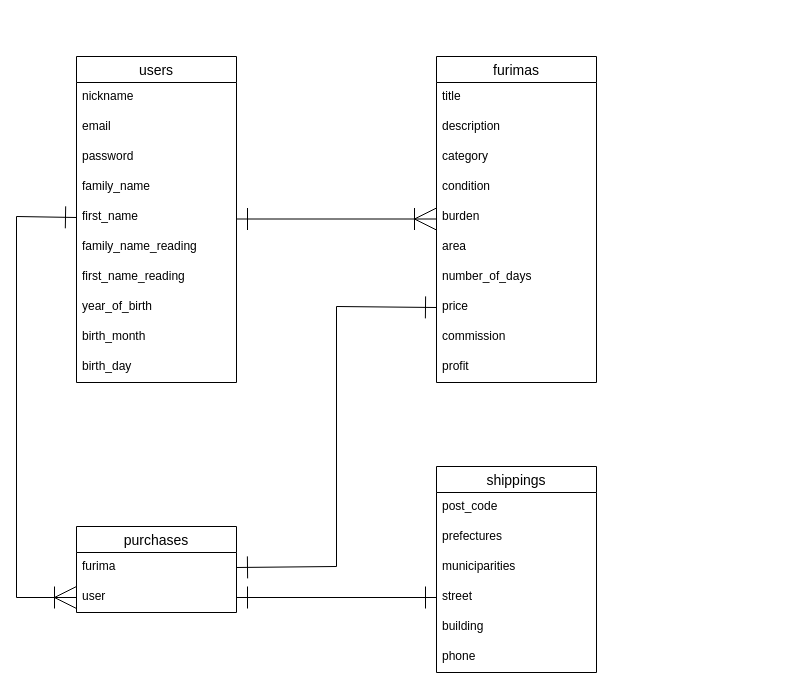
ytsurumis/furima-40210 keeps this draw.io diagram as furima.dio. Above is the earlier version. Source tidied: cells renumbered, new cells numbered last; positions are measured from the earlier drawing's top-left corner, leaving out a move shared by most shapes. Both pictures are drawn from the tidied source at 100%, with x=0, y=0 at pixel (16, 56).
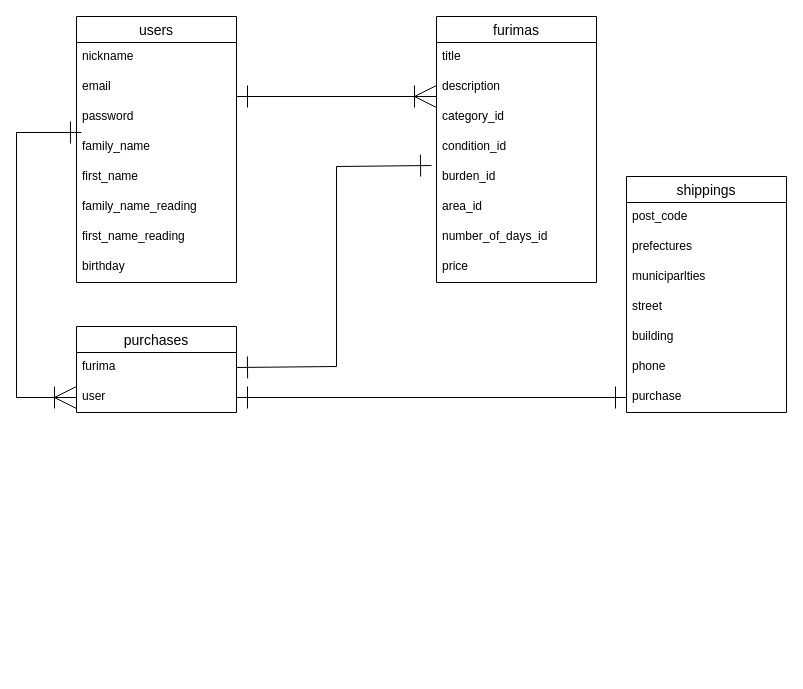
The same diagram, later.

Commit message (it also covers changes not shown here):
READMEファイルの修正

The change refers to these unchanged cells:
```xml
<mxCell id="6" value="family_name" style="text;strokeColor=none;fillColor=none;spacingLeft=4;spacingRight=4;overflow=hidden;points=[[0,0.5],[1,0.5]];portConstraint=eastwest;fontSize=12;" parent="2" vertex="1">
  <mxGeometry y="116" width="160" height="30" as="geometry" />
</mxCell>
<mxCell id="7" value="first_name" style="text;strokeColor=none;fillColor=none;spacingLeft=4;spacingRight=4;overflow=hidden;points=[[0,0.5],[1,0.5]];portConstraint=eastwest;fontSize=12;" parent="2" vertex="1">
  <mxGeometry y="146" width="160" height="30" as="geometry" />
</mxCell>
<mxCell id="21" value="price" style="text;strokeColor=none;fillColor=none;spacingLeft=4;spacingRight=4;overflow=hidden;points=[[0,0.5],[1,0.5]];portConstraint=eastwest;fontSize=12;" parent="13" vertex="1">
  <mxGeometry y="236" width="160" height="30" as="geometry" />
</mxCell>
<mxCell id="25" value="furima" style="text;strokeColor=none;fillColor=none;spacingLeft=4;spacingRight=4;overflow=hidden;points=[[0,0.5],[1,0.5]];portConstraint=eastwest;fontSize=12;" parent="24" vertex="1">
  <mxGeometry y="26" width="160" height="30" as="geometry" />
</mxCell>
<mxCell id="26" value="user" style="text;strokeColor=none;fillColor=none;spacingLeft=4;spacingRight=4;overflow=hidden;points=[[0,0.5],[1,0.5]];portConstraint=eastwest;fontSize=12;" parent="24" vertex="1">
  <mxGeometry y="56" width="160" height="30" as="geometry" />
</mxCell>
<mxCell id="31" value="street" style="text;strokeColor=none;fillColor=none;spacingLeft=4;spacingRight=4;overflow=hidden;points=[[0,0.5],[1,0.5]];portConstraint=eastwest;fontSize=12;" parent="27" vertex="1">
  <mxGeometry y="116" width="160" height="30" as="geometry" />
</mxCell>
```

What changed in the source:
```diff
@@
     <mxCell id="2" value="users" style="swimlane;fontStyle=0;horizontal=1;startSize=26;align=center;fontSize=14;" parent="1" vertex="1">
-      <mxGeometry x="60" width="160" height="326" as="geometry" />
+      <mxGeometry x="60" y="-40" width="160" height="266" as="geometry" />
     </mxCell>
@@
-    <mxCell id="10" value="year_of_birth" style="text;strokeColor=none;fillColor=none;spacingLeft=4;spacingRight=4;overflow=hidden;fontSize=12;" parent="2" vertex="1">
+    <mxCell id="10" value="birthday" style="text;strokeColor=none;fillColor=none;spacingLeft=4;spacingRight=4;overflow=hidden;fontSize=12;" parent="2" vertex="1">
       <mxGeometry y="236" width="160" height="30" as="geometry" />
     </mxCell>
-    <mxCell id="11" value="birth_month" style="text;strokeColor=none;fillColor=none;spacingLeft=4;spacingRight=4;overflow=hidden;fontSize=12;" parent="2" vertex="1">
-      <mxGeometry y="266" width="160" height="30" as="geometry" />
-    </mxCell>
-    <mxCell id="12" value="birth_day" style="text;strokeColor=none;fillColor=none;spacingLeft=4;spacingRight=4;overflow=hidden;fontSize=12;" parent="2" vertex="1">
-      <mxGeometry y="296" width="160" height="30" as="geometry" />
-    </mxCell>
     <mxCell id="13" value="furimas" style="swimlane;fontStyle=0;horizontal=1;startSize=26;align=center;fontSize=14;" parent="1" vertex="1">
-      <mxGeometry x="420" width="160" height="326" as="geometry" />
+      <mxGeometry x="420" y="-40" width="160" height="266" as="geometry" />
     </mxCell>
@@
-    <mxCell id="16" value="category" style="text;strokeColor=none;fillColor=none;spacingLeft=4;spacingRight=4;overflow=hidden;fontSize=12;" parent="13" vertex="1">
+    <mxCell id="16" value="category_id" style="text;strokeColor=none;fillColor=none;spacingLeft=4;spacingRight=4;overflow=hidden;fontSize=12;" parent="13" vertex="1">
       <mxGeometry y="86" width="160" height="30" as="geometry" />
     </mxCell>
-    <mxCell id="17" value="condition" style="text;strokeColor=none;fillColor=none;spacingLeft=4;spacingRight=4;overflow=hidden;fontSize=12;" parent="13" vertex="1">
+    <mxCell id="17" value="condition_id" style="text;strokeColor=none;fillColor=none;spacingLeft=4;spacingRight=4;overflow=hidden;fontSize=12;" parent="13" vertex="1">
       <mxGeometry y="116" width="160" height="30" as="geometry" />
     </mxCell>
-    <mxCell id="18" value="burden" style="text;strokeColor=none;fillColor=none;spacingLeft=4;spacingRight=4;overflow=hidden;points=[[0,0.5],[1,0.5]];portConstraint=eastwest;fontSize=12;" parent="13" vertex="1">
+    <mxCell id="18" value="burden_id" style="text;strokeColor=none;fillColor=none;spacingLeft=4;spacingRight=4;overflow=hidden;points=[[0,0.5],[1,0.5]];portConstraint=eastwest;fontSize=12;" parent="13" vertex="1">
       <mxGeometry y="146" width="160" height="30" as="geometry" />
     </mxCell>
-    <mxCell id="19" value="area" style="text;strokeColor=none;fillColor=none;spacingLeft=4;spacingRight=4;overflow=hidden;fontSize=12;" parent="13" vertex="1">
+    <mxCell id="19" value="area_id" style="text;strokeColor=none;fillColor=none;spacingLeft=4;spacingRight=4;overflow=hidden;fontSize=12;" parent="13" vertex="1">
       <mxGeometry y="176" width="160" height="30" as="geometry" />
     </mxCell>
-    <mxCell id="20" value="number_of_days" style="text;strokeColor=none;fillColor=none;spacingLeft=4;spacingRight=4;overflow=hidden;fontSize=12;" parent="13" vertex="1">
+    <mxCell id="20" value="number_of_days_id" style="text;strokeColor=none;fillColor=none;spacingLeft=4;spacingRight=4;overflow=hidden;fontSize=12;" parent="13" vertex="1">
       <mxGeometry y="206" width="160" height="30" as="geometry" />
     </mxCell>
@@
-    <mxCell id="22" value="commission" style="text;strokeColor=none;fillColor=none;spacingLeft=4;spacingRight=4;overflow=hidden;fontSize=12;" parent="13" vertex="1">
-      <mxGeometry y="266" width="160" height="30" as="geometry" />
-    </mxCell>
-    <mxCell id="23" value="profit" style="text;strokeColor=none;fillColor=none;spacingLeft=4;spacingRight=4;overflow=hidden;fontSize=12;" parent="13" vertex="1">
-      <mxGeometry y="296" width="160" height="30" as="geometry" />
-    </mxCell>
     <mxCell id="24" value="purchases" style="swimlane;fontStyle=0;horizontal=1;startSize=26;align=center;fontSize=14;" parent="1" vertex="1">
-      <mxGeometry x="60" y="470" width="160" height="86" as="geometry" />
+      <mxGeometry x="60" y="270" width="160" height="86" as="geometry" />
     </mxCell>
@@
     <mxCell id="27" value="shippings" style="swimlane;fontStyle=0;horizontal=1;startSize=26;align=center;fontSize=14;" parent="1" vertex="1">
-      <mxGeometry x="420" y="410" width="160" height="206" as="geometry" />
+      <mxGeometry x="610" y="120" width="160" height="236" as="geometry" />
     </mxCell>
@@
-    <mxCell id="30" value="municiparities" style="text;strokeColor=none;fillColor=none;spacingLeft=4;spacingRight=4;overflow=hidden;fontSize=12;" parent="27" vertex="1">
+    <mxCell id="30" value="municiparlties" style="text;strokeColor=none;fillColor=none;spacingLeft=4;spacingRight=4;overflow=hidden;fontSize=12;" parent="27" vertex="1">
       <mxGeometry y="86" width="160" height="30" as="geometry" />
     </mxCell>
@@
+    <mxCell id="38" value="purchase" style="text;strokeColor=none;fillColor=none;spacingLeft=4;spacingRight=4;overflow=hidden;points=[[0,0.5],[1,0.5]];portConstraint=eastwest;fontSize=12;" parent="27" vertex="1">
+      <mxGeometry y="206" width="160" height="30" as="geometry" />
+    </mxCell>
-    <mxCell id="34" style="edgeStyle=none;jumpSize=1;html=1;exitX=1;exitY=0.5;exitDx=0;exitDy=0;entryX=0;entryY=0.5;entryDx=0;entryDy=0;strokeWidth=1;startArrow=ERone;startFill=0;endArrow=ERone;endFill=0;startSize=20;endSize=20;targetPerimeterSpacing=0;" parent="1" edge="1" source="26" target="31">
+    <mxCell id="34" style="edgeStyle=none;jumpSize=1;html=1;exitX=1;exitY=0.5;exitDx=0;exitDy=0;strokeWidth=1;startArrow=ERone;startFill=0;endArrow=ERone;endFill=0;startSize=20;endSize=20;targetPerimeterSpacing=0;entryX=0;entryY=0.5;entryDx=0;entryDy=0;" parent="1" edge="1" source="26" target="38">
       <mxGeometry relative="1" as="geometry" />
     </mxCell>
-    <mxCell id="35" style="edgeStyle=none;rounded=0;jumpSize=1;html=1;exitX=0;exitY=0.5;exitDx=0;exitDy=0;entryX=0;entryY=0.5;entryDx=0;entryDy=0;strokeWidth=1;startArrow=ERone;startFill=0;endArrow=ERoneToMany;endFill=0;startSize=20;endSize=20;targetPerimeterSpacing=0;" parent="1" edge="1" source="7" target="26">
+    <mxCell id="35" style="edgeStyle=none;rounded=0;jumpSize=1;html=1;exitX=0.031;exitY=0;exitDx=0;exitDy=0;entryX=0;entryY=0.5;entryDx=0;entryDy=0;strokeWidth=1;startArrow=ERone;startFill=0;endArrow=ERoneToMany;endFill=0;startSize=20;endSize=20;targetPerimeterSpacing=0;exitPerimeter=0;" parent="1" edge="1" source="6" target="26">
       <mxGeometry relative="1" as="geometry">
         <Array as="points">
-          <mxPoint y="160" />
-          <mxPoint y="541" />
+          <mxPoint y="76" />
+          <mxPoint y="341" />
         </Array>
       </mxGeometry>
     </mxCell>
-    <mxCell id="36" style="edgeStyle=none;rounded=0;jumpSize=1;html=1;exitX=0;exitY=0.5;exitDx=0;exitDy=0;entryX=1;entryY=0.5;entryDx=0;entryDy=0;strokeWidth=1;startArrow=ERone;startFill=0;endArrow=ERone;endFill=0;startSize=20;endSize=20;targetPerimeterSpacing=0;" parent="1" edge="1" source="21" target="25">
+    <mxCell id="36" style="edgeStyle=none;rounded=0;jumpSize=1;html=1;exitX=-0.031;exitY=0.1;exitDx=0;exitDy=0;entryX=1;entryY=0.5;entryDx=0;entryDy=0;strokeWidth=1;startArrow=ERone;startFill=0;endArrow=ERone;endFill=0;startSize=20;endSize=20;targetPerimeterSpacing=0;exitPerimeter=0;" parent="1" edge="1" source="18" target="25">
       <mxGeometry relative="1" as="geometry">
         <Array as="points">
-          <mxPoint x="320" y="250" />
-          <mxPoint x="320" y="510" />
+          <mxPoint x="320" y="110" />
+          <mxPoint x="320" y="310" />
         </Array>
       </mxGeometry>
     </mxCell>
     <mxCell id="37" style="edgeStyle=none;html=1;exitX=1;exitY=0.5;exitDx=0;exitDy=0;entryX=0;entryY=0.5;entryDx=0;entryDy=0;strokeWidth=1;startArrow=ERone;startFill=0;endArrow=ERoneToMany;endFill=0;jumpSize=1;targetPerimeterSpacing=0;endSize=20;startSize=20;" parent="1" edge="1">
       <mxGeometry relative="1" as="geometry">
-        <mxPoint x="220" y="162.5" as="sourcePoint" />
-        <mxPoint x="420" y="162.5" as="targetPoint" />
+        <mxPoint x="220" y="40" as="sourcePoint" />
+        <mxPoint x="420" y="40" as="targetPoint" />
       </mxGeometry>
     </mxCell>
```
